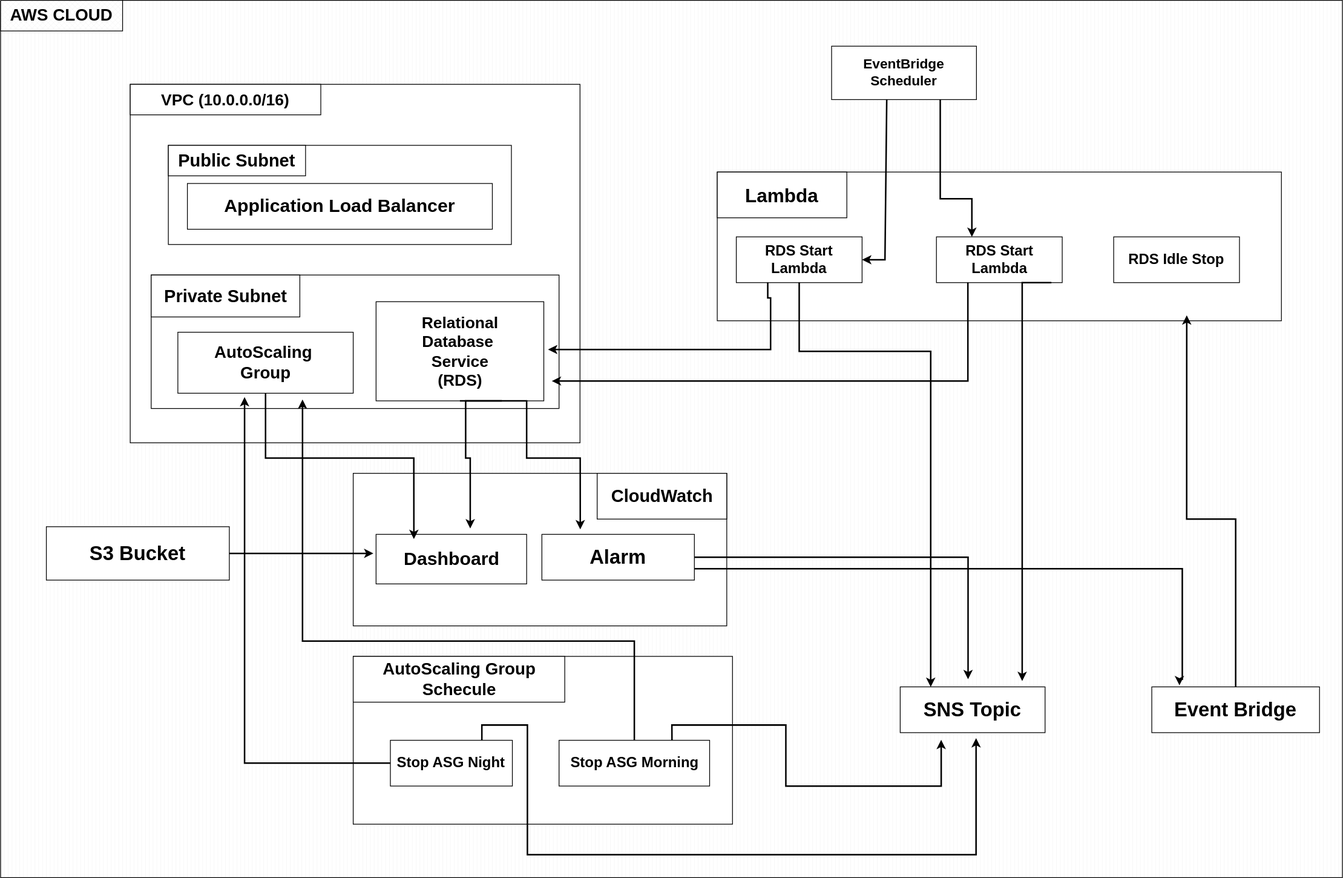
Before: Project 1/diagrams/FinOps Architecture Diagram.svg, a diagram exported from draw.io (swapnil-lakra/AWS-Real-World-Problem-Solving-Projects). Source tidied: cells renumbered, new cells last; positions are measured from the earlier drawing's top-left corner, leaving out a move shared by most shapes.
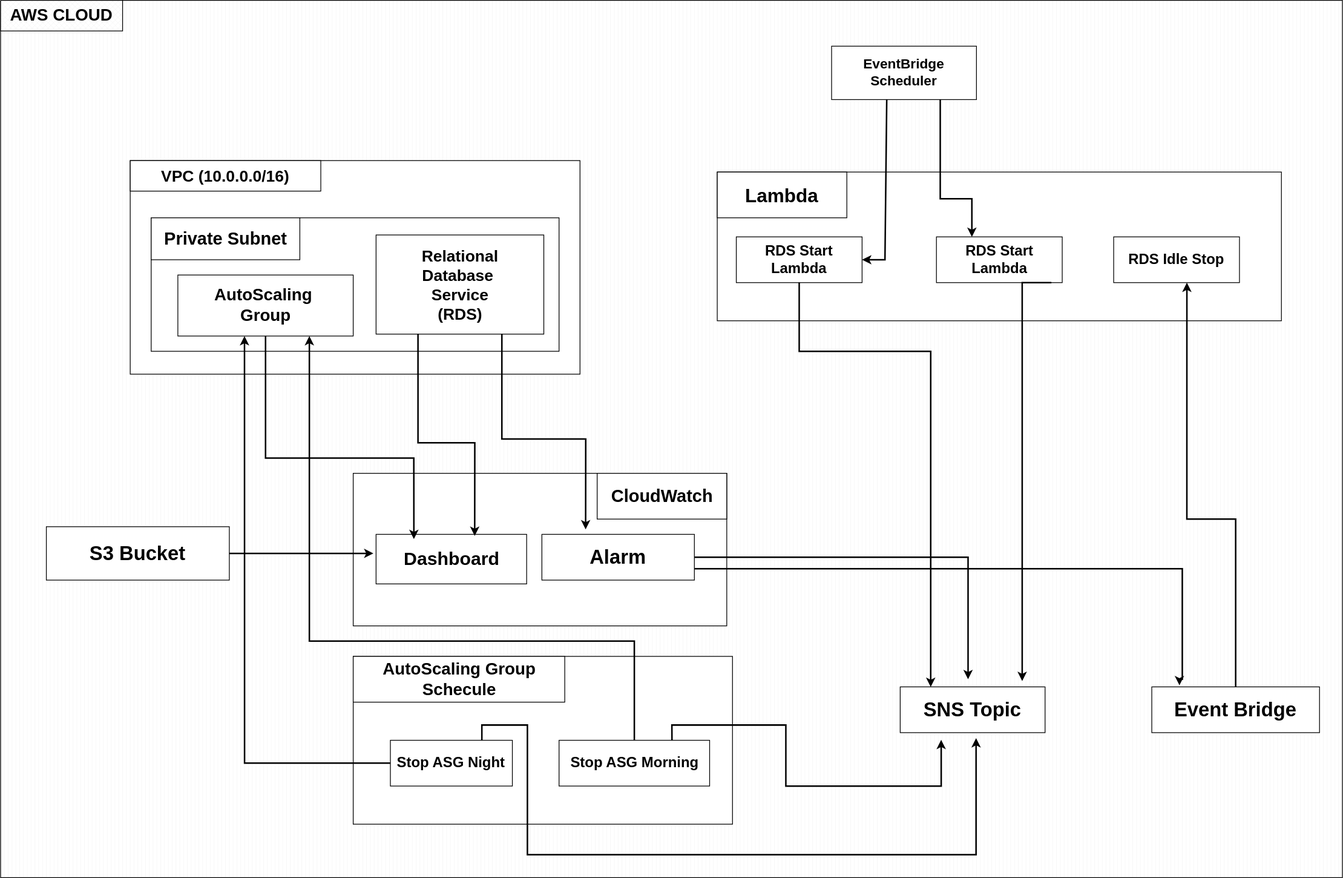
Later version of the same file.

Commit message:
new architecture diagram updated

Diff of the diagram source:
```diff
@@ -12,13 +12,13 @@
       <mxGeometry width="160" height="40" as="geometry" />
     </mxCell>
     <mxCell id="5" style="rounded=0;whiteSpace=wrap;html=1;" parent="1" vertex="1">
-      <mxGeometry x="170" y="110" width="590" height="470" as="geometry" />
+      <mxGeometry x="170" y="210" width="590" height="280" as="geometry" />
     </mxCell>
     <mxCell id="6" style="rounded=0;whiteSpace=wrap;html=1;" parent="1" vertex="1">
-      <mxGeometry x="170" y="110" width="250" height="40" as="geometry" />
+      <mxGeometry x="170" y="210" width="250" height="40" as="geometry" />
     </mxCell>
     <mxCell id="7" value="&lt;font style=&quot;font-size: 21px;&quot;&gt;VPC (10.0.0.0/16)&lt;/font&gt;" style="text;html=1;whiteSpace=wrap;strokeColor=none;fillColor=none;align=center;verticalAlign=middle;rounded=0;fontStyle=1;" parent="1" vertex="1">
-      <mxGeometry x="170" y="110" width="250" height="40" as="geometry" />
+      <mxGeometry x="170" y="210" width="250" height="40" as="geometry" />
     </mxCell>
     <mxCell id="8" style="rounded=0;whiteSpace=wrap;html=1;" parent="1" vertex="1">
       <mxGeometry x="462.5" y="620" width="490" height="200" as="geometry" />
@@ -26,26 +26,17 @@
     <mxCell id="9" value="&lt;b&gt;&lt;font style=&quot;font-size: 26px;&quot;&gt;S3 Bucket&lt;/font&gt;&lt;/b&gt;" style="rounded=0;whiteSpace=wrap;html=1;" parent="1" vertex="1">
       <mxGeometry x="60" y="690" width="240" height="70" as="geometry" />
     </mxCell>
-    <mxCell id="10" style="rounded=0;whiteSpace=wrap;html=1;" parent="1" vertex="1">
-      <mxGeometry x="220" y="190" width="450" height="130" as="geometry" />
-    </mxCell>
-    <mxCell id="11" value="&lt;b&gt;&lt;font style=&quot;font-size: 23px;&quot;&gt;Public Subnet&lt;/font&gt;&lt;/b&gt;" style="rounded=0;whiteSpace=wrap;html=1;" parent="1" vertex="1">
-      <mxGeometry x="220" y="190" width="180" height="40" as="geometry" />
-    </mxCell>
-    <mxCell id="12" value="&lt;b&gt;&lt;font style=&quot;font-size: 24px;&quot;&gt;Application Load Balancer&lt;/font&gt;&lt;/b&gt;" style="rounded=0;whiteSpace=wrap;html=1;" parent="1" vertex="1">
-      <mxGeometry x="245" y="240" width="400" height="60" as="geometry" />
-    </mxCell>
     <mxCell id="13" style="rounded=0;whiteSpace=wrap;html=1;" parent="1" vertex="1">
-      <mxGeometry x="197.5" y="360" width="535" height="175" as="geometry" />
+      <mxGeometry x="197.5" y="285" width="535" height="175" as="geometry" />
     </mxCell>
     <mxCell id="14" value="&lt;b&gt;&lt;font style=&quot;font-size: 23px;&quot;&gt;Private Subnet&lt;/font&gt;&lt;/b&gt;" style="rounded=0;whiteSpace=wrap;html=1;" parent="1" vertex="1">
-      <mxGeometry x="197.5" y="360" width="195" height="55" as="geometry" />
+      <mxGeometry x="197.5" y="285" width="195" height="55" as="geometry" />
     </mxCell>
     <mxCell id="15" value="&lt;b&gt;&lt;font style=&quot;font-size: 22px;&quot;&gt;AutoScaling&amp;nbsp;&lt;/font&gt;&lt;/b&gt;&lt;div&gt;&lt;b&gt;&lt;font style=&quot;font-size: 22px;&quot;&gt;Group&lt;/font&gt;&lt;/b&gt;&lt;/div&gt;" style="rounded=0;whiteSpace=wrap;html=1;" parent="1" vertex="1">
-      <mxGeometry x="232.5" y="435" width="230" height="80" as="geometry" />
+      <mxGeometry x="232.5" y="360" width="230" height="80" as="geometry" />
     </mxCell>
     <mxCell id="16" value="&lt;b&gt;&lt;font style=&quot;font-size: 21px;&quot;&gt;Relational&lt;/font&gt;&lt;/b&gt;&lt;div&gt;&lt;b&gt;&lt;font style=&quot;font-size: 21px;&quot;&gt;Database&amp;nbsp;&lt;/font&gt;&lt;/b&gt;&lt;/div&gt;&lt;div&gt;&lt;b&gt;&lt;font style=&quot;font-size: 21px;&quot;&gt;Service&lt;/font&gt;&lt;/b&gt;&lt;/div&gt;&lt;div&gt;&lt;b&gt;&lt;font style=&quot;font-size: 21px;&quot;&gt;(RDS)&lt;/font&gt;&lt;/b&gt;&lt;/div&gt;" style="rounded=0;whiteSpace=wrap;html=1;" parent="1" vertex="1">
-      <mxGeometry x="492.5" y="395" width="220" height="130" as="geometry" />
+      <mxGeometry x="492.5" y="307.5" width="220" height="130" as="geometry" />
     </mxCell>
     <mxCell id="17" value="&lt;b&gt;&lt;font style=&quot;font-size: 23px;&quot;&gt;CloudWatch&lt;/font&gt;&lt;/b&gt;" style="rounded=0;whiteSpace=wrap;html=1;" parent="1" vertex="1">
       <mxGeometry x="782.5" y="620" width="170" height="60" as="geometry" />
@@ -111,7 +102,7 @@
         </Array>
       </mxGeometry>
     </mxCell>
-    <mxCell id="31" style="edgeStyle=orthogonalEdgeStyle;rounded=0;jettySize=auto;html=1;exitX=0.5;exitY=0;exitDx=0;exitDy=0;entryX=0.884;entryY=0.359;entryDx=0;entryDy=0;entryPerimeter=0;strokeWidth=2;" parent="1" edge="1" source="21" target="2">
+    <mxCell id="31" style="edgeStyle=orthogonalEdgeStyle;rounded=0;jettySize=auto;html=1;exitX=0.5;exitY=0;exitDx=0;exitDy=0;strokeWidth=2;entryX=0.582;entryY=1;entryDx=0;entryDy=0;entryPerimeter=0;" parent="1" edge="1" source="21" target="29">
       <mxGeometry relative="1" as="geometry">
         <Array as="points">
           <mxPoint x="1620" y="680" />
@@ -152,23 +143,6 @@
         <mxPoint x="1340" y="892.4" as="targetPoint" />
       </mxGeometry>
     </mxCell>
-    <mxCell id="38" style="edgeStyle=orthogonalEdgeStyle;rounded=0;jettySize=auto;html=1;exitX=0.25;exitY=1;exitDx=0;exitDy=0;entryX=0.408;entryY=0.398;entryDx=0;entryDy=0;entryPerimeter=0;strokeWidth=2;" parent="1" edge="1" source="26" target="2">
-      <mxGeometry relative="1" as="geometry">
-        <Array as="points">
-          <mxPoint x="1006" y="390" />
-          <mxPoint x="1010" y="390" />
-          <mxPoint x="1010" y="458" />
-        </Array>
-      </mxGeometry>
-    </mxCell>
-    <mxCell id="39" style="edgeStyle=orthogonalEdgeStyle;rounded=0;jettySize=auto;html=1;exitX=0.25;exitY=1;exitDx=0;exitDy=0;strokeWidth=2;" parent="1" edge="1" source="27">
-      <mxGeometry relative="1" as="geometry">
-        <mxPoint x="723" y="499" as="targetPoint" />
-        <Array as="points">
-          <mxPoint x="1269" y="499" />
-        </Array>
-      </mxGeometry>
-    </mxCell>
     <mxCell id="40" style="edgeStyle=orthogonalEdgeStyle;rounded=0;jettySize=auto;html=1;exitX=0.5;exitY=1;exitDx=0;exitDy=0;entryX=0.308;entryY=0.614;entryDx=0;entryDy=0;entryPerimeter=0;strokeWidth=2;" parent="1" edge="1" source="15" target="2">
       <mxGeometry relative="1" as="geometry">
         <Array as="points">
@@ -177,24 +151,6 @@
         </Array>
       </mxGeometry>
     </mxCell>
-    <mxCell id="41" style="edgeStyle=orthogonalEdgeStyle;rounded=0;jettySize=auto;html=1;exitX=0.75;exitY=1;exitDx=0;exitDy=0;entryX=0.35;entryY=0.602;entryDx=0;entryDy=0;entryPerimeter=0;strokeWidth=2;" parent="1" edge="1" source="16" target="2">
-      <mxGeometry relative="1" as="geometry">
-        <Array as="points">
-          <mxPoint x="610" y="525" />
-          <mxPoint x="610" y="600" />
-          <mxPoint x="616" y="600" />
-        </Array>
-      </mxGeometry>
-    </mxCell>
-    <mxCell id="42" style="edgeStyle=orthogonalEdgeStyle;rounded=0;jettySize=auto;html=1;exitX=0.5;exitY=1;exitDx=0;exitDy=0;entryX=0.432;entryY=0.603;entryDx=0;entryDy=0;entryPerimeter=0;strokeWidth=2;" parent="1" edge="1" source="16" target="2">
-      <mxGeometry relative="1" as="geometry">
-        <Array as="points">
-          <mxPoint x="690" y="525" />
-          <mxPoint x="690" y="600" />
-          <mxPoint x="760" y="600" />
-        </Array>
-      </mxGeometry>
-    </mxCell>
     <mxCell id="43" value="&lt;b&gt;&lt;font style=&quot;font-size: 19px;&quot;&gt;Stop ASG Night&lt;/font&gt;&lt;/b&gt;" style="rounded=0;whiteSpace=wrap;html=1;" parent="1" vertex="1">
       <mxGeometry x="511.2" y="970" width="160" height="60" as="geometry" />
     </mxCell>
@@ -221,18 +177,32 @@
         </Array>
       </mxGeometry>
     </mxCell>
-    <mxCell id="47" style="edgeStyle=orthogonalEdgeStyle;rounded=0;jettySize=auto;html=1;exitX=0;exitY=0.5;exitDx=0;exitDy=0;strokeWidth=2;" parent="1" edge="1" source="43">
-      <mxGeometry relative="1" as="geometry">
-        <mxPoint x="320" y="520" as="targetPoint" />
-      </mxGeometry>
+    <mxCell id="47" style="edgeStyle=orthogonalEdgeStyle;rounded=0;jettySize=auto;html=1;exitX=0;exitY=0.5;exitDx=0;exitDy=0;strokeWidth=2;entryX=0.38;entryY=1;entryDx=0;entryDy=0;entryPerimeter=0;" parent="1" edge="1" source="43" target="15">
+      <mxGeometry relative="1" as="geometry" />
     </mxCell>
-    <mxCell id="48" style="edgeStyle=orthogonalEdgeStyle;rounded=0;jettySize=auto;html=1;exitX=0.5;exitY=0;exitDx=0;exitDy=0;entryX=0.225;entryY=0.455;entryDx=0;entryDy=0;entryPerimeter=0;strokeWidth=2;" parent="1" edge="1" source="44" target="2">
+    <mxCell id="48" style="edgeStyle=orthogonalEdgeStyle;rounded=0;jettySize=auto;html=1;exitX=0.5;exitY=0;exitDx=0;exitDy=0;strokeWidth=2;entryX=0.75;entryY=1;entryDx=0;entryDy=0;" parent="1" edge="1" source="44" target="15">
       <mxGeometry relative="1" as="geometry">
         <Array as="points">
           <mxPoint x="831" y="840" />
-          <mxPoint x="396" y="840" />
+          <mxPoint x="405" y="840" />
         </Array>
       </mxGeometry>
     </mxCell>
+    <mxCell id="49" style="edgeStyle=orthogonalEdgeStyle;rounded=0;jettySize=auto;html=1;exitX=0.25;exitY=1;exitDx=0;exitDy=0;entryX=0.655;entryY=0.03;entryDx=0;entryDy=0;entryPerimeter=0;strokeWidth=2;" parent="1" edge="1" source="16" target="18">
+      <mxGeometry relative="1" as="geometry">
+        <Array as="points">
+          <mxPoint x="548" y="580" />
+          <mxPoint x="622" y="580" />
+        </Array>
+      </mxGeometry>
+    </mxCell>
+    <mxCell id="50" style="edgeStyle=orthogonalEdgeStyle;rounded=0;jettySize=auto;html=1;exitX=0.75;exitY=1;exitDx=0;exitDy=0;entryX=0.436;entryY=0.603;entryDx=0;entryDy=0;entryPerimeter=0;strokeWidth=2;" parent="1" edge="1" source="16" target="2">
+      <mxGeometry relative="1" as="geometry">
+        <Array as="points">
+          <mxPoint x="658" y="575" />
+          <mxPoint x="767" y="575" />
+        </Array>
+      </mxGeometry>
+    </mxCell>
   </root>
 </mxGraphModel>
```
